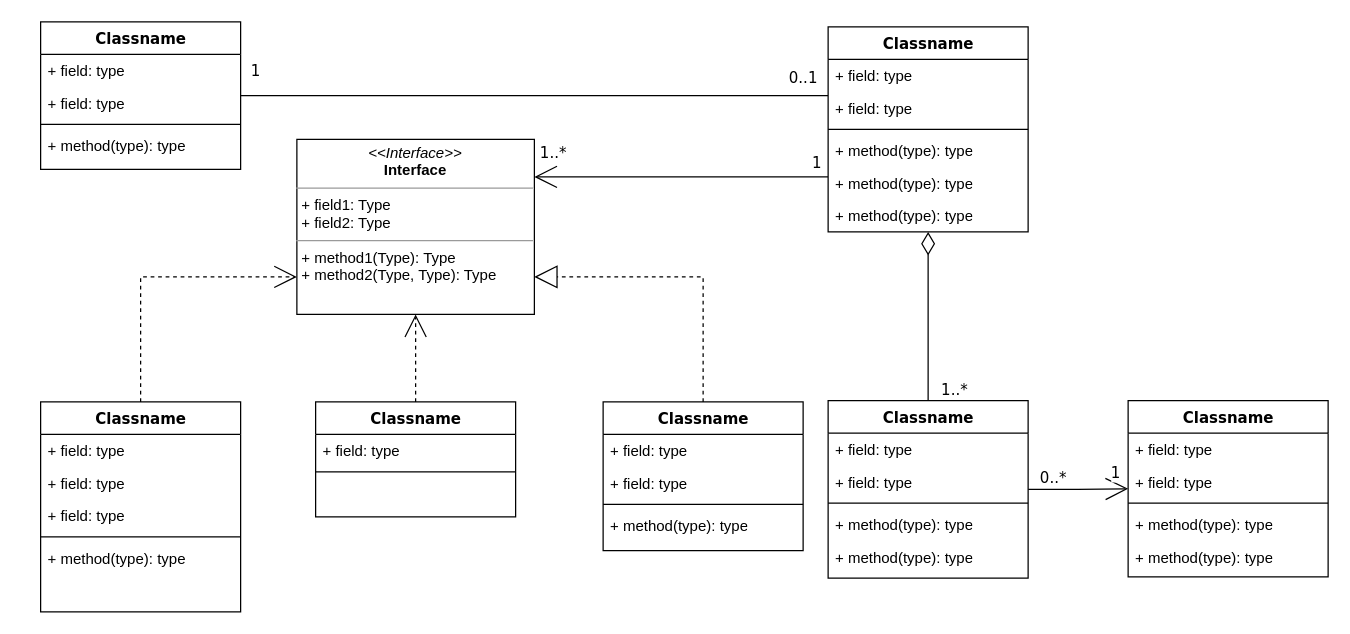
This is Sysgext.drawio from Gil32610/sysgext_domain_model, a draw.io file, before an edit. Source tidied: cells renumbered, new cells numbered last; positions are measured from the earlier drawing's top-left corner, leaving out a move shared by most shapes. Both pictures are drawn from the tidied source at 125%, with x=0, y=0 at pixel (40, 21).
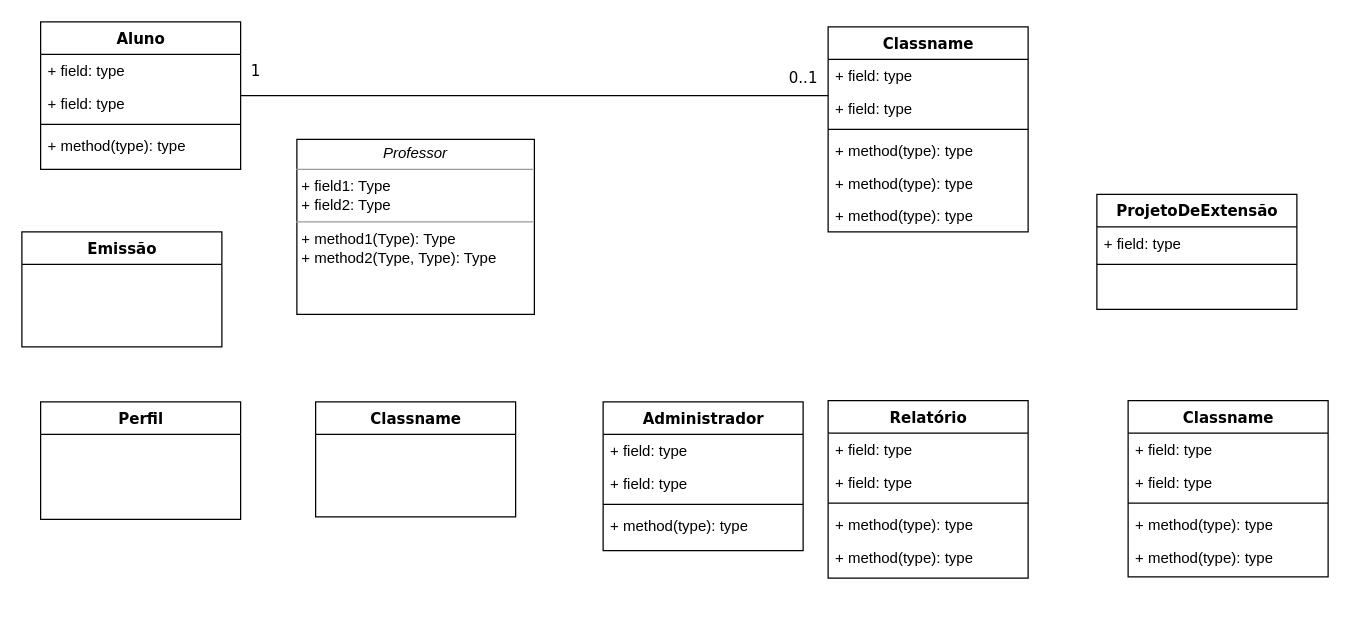
The same page after the edit.

Commit message:
classes conceituais

Unchanged cells that the change refers to:
```xml
<mxCell id="20" value="Classname" style="swimlane;html=1;fontStyle=1;align=center;verticalAlign=top;horizontal=1;startSize=26;swimlaneFillColor=#ffffff;rounded=0;shadow=0;comic=0;labelBackgroundColor=none;strokeWidth=1;fillColor=none;fontFamily=Verdana;fontSize=12;" parent="1" vertex="1">
  <mxGeometry x="630" y="4" width="160" height="164" as="geometry" />
</mxCell>
<mxCell id="28" value="Classname" style="swimlane;html=1;fontStyle=1;align=center;verticalAlign=top;horizontal=1;startSize=26;swimlaneFillColor=#ffffff;rounded=0;shadow=0;comic=0;labelBackgroundColor=none;strokeWidth=1;fillColor=none;fontFamily=Verdana;fontSize=12;" parent="1" vertex="1">
  <mxGeometry x="220" y="304" width="160" height="92" as="geometry" />
</mxCell>
<mxCell id="42" value="Classname" style="swimlane;html=1;fontStyle=1;align=center;verticalAlign=top;horizontal=1;startSize=26;swimlaneFillColor=#ffffff;rounded=0;shadow=0;comic=0;labelBackgroundColor=none;strokeWidth=1;fillColor=none;fontFamily=Verdana;fontSize=12;" parent="1" vertex="1">
  <mxGeometry x="870" y="303" width="160" height="141" as="geometry" />
</mxCell>
```

What changed in the source:
```diff
@@
-    <mxCell id="2" style="edgeStyle=orthogonalEdgeStyle;rounded=0;html=1;dashed=1;labelBackgroundColor=none;startArrow=none;startFill=0;startSize=8;endArrow=open;endFill=0;endSize=16;fontFamily=Verdana;fontSize=12;" parent="1" edge="1" source="3" target="54">
-      <mxGeometry relative="1" as="geometry">
-        <Array as="points">
-          <mxPoint x="80" y="204" />
-        </Array>
-      </mxGeometry>
-    </mxCell>
-    <mxCell id="3" value="Classname" style="swimlane;html=1;fontStyle=1;align=center;verticalAlign=top;horizontal=1;startSize=26;swimlaneFillColor=#ffffff;rounded=0;shadow=0;comic=0;labelBackgroundColor=none;strokeWidth=1;fillColor=none;fontFamily=Verdana;fontSize=12;" parent="1" vertex="1">
-      <mxGeometry y="304" width="160" height="168" as="geometry" />
+    <mxCell id="3" value="Perfil" style="swimlane;html=1;fontStyle=1;align=center;verticalAlign=top;horizontal=1;startSize=26;swimlaneFillColor=#ffffff;rounded=0;shadow=0;comic=0;labelBackgroundColor=none;strokeWidth=1;fillColor=none;fontFamily=Verdana;fontSize=12;" parent="1" vertex="1">
+      <mxGeometry y="304" width="160" height="94" as="geometry" />
     </mxCell>
-    <mxCell id="4" value="+ field: type" style="text;html=1;strokeColor=none;fillColor=none;align=left;verticalAlign=top;spacingLeft=4;spacingRight=4;whiteSpace=wrap;overflow=hidden;" parent="3" vertex="1">
-      <mxGeometry y="26" width="160" height="26" as="geometry" />
-    </mxCell>
-    <mxCell id="5" value="+ field: type" style="text;html=1;strokeColor=none;fillColor=none;align=left;verticalAlign=top;spacingLeft=4;spacingRight=4;whiteSpace=wrap;overflow=hidden;" parent="3" vertex="1">
-      <mxGeometry y="52" width="160" height="26" as="geometry" />
-    </mxCell>
-    <mxCell id="6" value="+ field: type" style="text;html=1;strokeColor=none;fillColor=none;align=left;verticalAlign=top;spacingLeft=4;spacingRight=4;whiteSpace=wrap;overflow=hidden;" parent="3" vertex="1">
-      <mxGeometry y="78" width="160" height="26" as="geometry" />
-    </mxCell>
-    <mxCell id="7" style="line;html=1;strokeWidth=1;fillColor=none;align=left;verticalAlign=middle;spacingTop=-1;spacingLeft=3;spacingRight=3;labelPosition=right;" parent="3" vertex="1">
-      <mxGeometry y="104" width="160" height="8" as="geometry" />
-    </mxCell>
-    <mxCell id="8" value="+ method(type): type" style="text;html=1;strokeColor=none;fillColor=none;align=left;verticalAlign=top;spacingLeft=4;spacingRight=4;whiteSpace=wrap;overflow=hidden;" parent="3" vertex="1">
-      <mxGeometry y="112" width="160" height="26" as="geometry" />
-    </mxCell>
-    <mxCell id="9" value="Classname" style="swimlane;html=1;fontStyle=1;align=center;verticalAlign=top;horizontal=1;startSize=26;swimlaneFillColor=#ffffff;rounded=0;shadow=0;comic=0;labelBackgroundColor=none;strokeWidth=1;fillColor=none;fontFamily=Verdana;fontSize=12;" parent="1" vertex="1">
+    <mxCell id="9" value="Aluno" style="swimlane;html=1;fontStyle=1;align=center;verticalAlign=top;horizontal=1;startSize=26;swimlaneFillColor=#ffffff;rounded=0;shadow=0;comic=0;labelBackgroundColor=none;strokeWidth=1;fillColor=none;fontFamily=Verdana;fontSize=12;" parent="1" vertex="1">
       <mxGeometry width="160" height="118" as="geometry" />
     </mxCell>
@@
-    <mxCell id="14" style="edgeStyle=orthogonalEdgeStyle;rounded=0;html=1;labelBackgroundColor=none;startArrow=none;startFill=0;startSize=8;endArrow=open;endFill=0;endSize=16;fontFamily=Verdana;fontSize=12;" parent="1" edge="1" source="20" target="54">
-      <mxGeometry relative="1" as="geometry">
-        <Array as="points">
-          <mxPoint x="470" y="124" />
-          <mxPoint x="470" y="124" />
-        </Array>
-      </mxGeometry>
-    </mxCell>
-    <mxCell id="15" value="1..*" style="text;html=1;align=center;verticalAlign=middle;labelBackgroundColor=#ffffff;fontSize=12;fontFamily=Verdana;" parent="14" vertex="1">
-      <mxGeometry x="0.86" y="2" relative="1" as="geometry">
-        <mxPoint x="-2" y="-22" as="offset" />
-      </mxGeometry>
-    </mxCell>
-    <mxCell id="16" value="1" style="text;html=1;align=center;verticalAlign=middle;labelBackgroundColor=#ffffff;fontSize=12;fontFamily=Verdana;" parent="14" vertex="1">
-      <mxGeometry x="0.36" y="152" relative="1" as="geometry">
-        <mxPoint x="150" y="-164" as="offset" />
-      </mxGeometry>
-    </mxCell>
@@
-    <mxCell id="27" style="edgeStyle=orthogonalEdgeStyle;rounded=0;html=1;dashed=1;labelBackgroundColor=none;startArrow=none;startFill=0;startSize=8;endArrow=open;endFill=0;endSize=16;fontFamily=Verdana;fontSize=12;" parent="1" edge="1" source="28" target="54">
-      <mxGeometry relative="1" as="geometry" />
-    </mxCell>
@@
-    <mxCell id="29" value="+ field: type" style="text;html=1;strokeColor=none;fillColor=none;align=left;verticalAlign=top;spacingLeft=4;spacingRight=4;whiteSpace=wrap;overflow=hidden;" parent="28" vertex="1">
-      <mxGeometry y="26" width="160" height="26" as="geometry" />
-    </mxCell>
-    <mxCell id="30" style="line;html=1;strokeWidth=1;fillColor=none;align=left;verticalAlign=middle;spacingTop=-1;spacingLeft=3;spacingRight=3;labelPosition=right;" parent="28" vertex="1">
-      <mxGeometry y="52" width="160" height="8" as="geometry" />
-    </mxCell>
-    <mxCell id="31" style="edgeStyle=orthogonalEdgeStyle;rounded=0;html=1;labelBackgroundColor=none;startArrow=none;startFill=0;startSize=8;endArrow=diamondThin;endFill=0;endSize=16;fontFamily=Verdana;fontSize=12;" parent="1" edge="1" source="36" target="20">
-      <mxGeometry relative="1" as="geometry" />
-    </mxCell>
-    <mxCell id="32" value="1..*" style="text;html=1;align=center;verticalAlign=middle;labelBackgroundColor=#ffffff;fontSize=12;fontFamily=Verdana;" parent="31" vertex="1">
-      <mxGeometry x="-0.85" y="-1" relative="1" as="geometry">
-        <mxPoint x="19" y="1" as="offset" />
-      </mxGeometry>
-    </mxCell>
-    <mxCell id="33" style="edgeStyle=orthogonalEdgeStyle;rounded=0;html=1;labelBackgroundColor=none;startArrow=none;startFill=0;startSize=8;endArrow=open;endFill=0;endSize=16;fontFamily=Verdana;fontSize=12;" parent="1" edge="1" source="36" target="42">
-      <mxGeometry relative="1" as="geometry" />
-    </mxCell>
-    <mxCell id="34" value="0..*" style="text;html=1;align=center;verticalAlign=middle;labelBackgroundColor=#ffffff;fontSize=12;fontFamily=Verdana;" parent="33" vertex="1">
-      <mxGeometry x="-0.79" relative="1" as="geometry">
-        <mxPoint x="11" y="-10" as="offset" />
-      </mxGeometry>
-    </mxCell>
-    <mxCell id="35" value="1" style="text;html=1;align=center;verticalAlign=middle;labelBackgroundColor=#ffffff;fontSize=12;fontFamily=Verdana;" parent="33" vertex="1">
-      <mxGeometry x="0.7" y="1" relative="1" as="geometry">
-        <mxPoint x="2" y="-12" as="offset" />
-      </mxGeometry>
-    </mxCell>
-    <mxCell id="36" value="Classname" style="swimlane;html=1;fontStyle=1;align=center;verticalAlign=top;horizontal=1;startSize=26;swimlaneFillColor=#ffffff;rounded=0;shadow=0;comic=0;labelBackgroundColor=none;strokeWidth=1;fillColor=none;fontFamily=Verdana;fontSize=12;" parent="1" vertex="1">
+    <mxCell id="36" value="Relatório" style="swimlane;html=1;fontStyle=1;align=center;verticalAlign=top;horizontal=1;startSize=26;swimlaneFillColor=#ffffff;rounded=0;shadow=0;comic=0;labelBackgroundColor=none;strokeWidth=1;fillColor=none;fontFamily=Verdana;fontSize=12;" parent="1" vertex="1">
       <mxGeometry x="630" y="303" width="160" height="142" as="geometry" />
     </mxCell>
@@
-    <mxCell id="48" style="edgeStyle=orthogonalEdgeStyle;rounded=0;html=1;dashed=1;labelBackgroundColor=none;startArrow=none;startFill=0;startSize=8;endArrow=block;endFill=0;endSize=16;fontFamily=Verdana;fontSize=12;" parent="1" edge="1" source="49" target="54">
-      <mxGeometry relative="1" as="geometry">
-        <Array as="points">
-          <mxPoint x="530" y="204" />
-        </Array>
-      </mxGeometry>
-    </mxCell>
-    <mxCell id="49" value="Classname" style="swimlane;html=1;fontStyle=1;align=center;verticalAlign=top;horizontal=1;startSize=26;swimlaneFillColor=#ffffff;rounded=0;shadow=0;comic=0;labelBackgroundColor=none;strokeWidth=1;fillColor=none;fontFamily=Verdana;fontSize=12;" parent="1" vertex="1">
+    <mxCell id="49" value="Administrador" style="swimlane;html=1;fontStyle=1;align=center;verticalAlign=top;horizontal=1;startSize=26;swimlaneFillColor=#ffffff;rounded=0;shadow=0;comic=0;labelBackgroundColor=none;strokeWidth=1;fillColor=none;fontFamily=Verdana;fontSize=12;" parent="1" vertex="1">
       <mxGeometry x="450" y="304" width="160" height="119" as="geometry" />
     </mxCell>
@@
-    <mxCell id="54" value="&lt;p style=&quot;margin:0px;margin-top:4px;text-align:center;&quot;&gt;&lt;i&gt;&amp;lt;&amp;lt;Interface&amp;gt;&amp;gt;&lt;/i&gt;&lt;br/&gt;&lt;b&gt;Interface&lt;/b&gt;&lt;/p&gt;&lt;hr size=&quot;1&quot;/&gt;&lt;p style=&quot;margin:0px;margin-left:4px;&quot;&gt;+ field1: Type&lt;br/&gt;+ field2: Type&lt;/p&gt;&lt;hr size=&quot;1&quot;/&gt;&lt;p style=&quot;margin:0px;margin-left:4px;&quot;&gt;+ method1(Type): Type&lt;br/&gt;+ method2(Type, Type): Type&lt;/p&gt;" style="verticalAlign=top;align=left;overflow=fill;fontSize=12;fontFamily=Helvetica;html=1;rounded=0;shadow=0;comic=0;labelBackgroundColor=none;strokeWidth=1;" parent="1" vertex="1">
+    <mxCell id="54" value="&lt;p style=&quot;margin:0px;margin-top:4px;text-align:center;&quot;&gt;&lt;i&gt;Professor&lt;/i&gt;&lt;/p&gt;&lt;hr size=&quot;1&quot;&gt;&lt;p style=&quot;margin:0px;margin-left:4px;&quot;&gt;+ field1: Type&lt;br&gt;+ field2: Type&lt;/p&gt;&lt;hr size=&quot;1&quot;&gt;&lt;p style=&quot;margin:0px;margin-left:4px;&quot;&gt;+ method1(Type): Type&lt;br&gt;+ method2(Type, Type): Type&lt;/p&gt;" style="verticalAlign=top;align=left;overflow=fill;fontSize=12;fontFamily=Helvetica;html=1;rounded=0;shadow=0;comic=0;labelBackgroundColor=none;strokeWidth=1;" parent="1" vertex="1">
       <mxGeometry x="205" y="94" width="190" height="140" as="geometry" />
     </mxCell>
+    <mxCell id="55" value="ProjetoDeExtensão" style="swimlane;html=1;fontStyle=1;align=center;verticalAlign=top;horizontal=1;startSize=26;swimlaneFillColor=#ffffff;rounded=0;shadow=0;comic=0;labelBackgroundColor=none;strokeWidth=1;fillColor=none;fontFamily=Verdana;fontSize=12;" parent="1" vertex="1">
+      <mxGeometry x="845" y="138" width="160" height="92" as="geometry" />
+    </mxCell>
+    <mxCell id="56" value="+ field: type" style="text;html=1;strokeColor=none;fillColor=none;align=left;verticalAlign=top;spacingLeft=4;spacingRight=4;whiteSpace=wrap;overflow=hidden;" parent="55" vertex="1">
+      <mxGeometry y="26" width="160" height="26" as="geometry" />
+    </mxCell>
+    <mxCell id="30" style="line;html=1;strokeWidth=1;fillColor=none;align=left;verticalAlign=middle;spacingTop=-1;spacingLeft=3;spacingRight=3;labelPosition=right;" parent="55" vertex="1">
+      <mxGeometry y="52" width="160" height="8" as="geometry" />
+    </mxCell>
+    <mxCell id="57" value="Emissão" style="swimlane;html=1;fontStyle=1;align=center;verticalAlign=top;horizontal=1;startSize=26;swimlaneFillColor=#ffffff;rounded=0;shadow=0;comic=0;labelBackgroundColor=none;strokeWidth=1;fillColor=none;fontFamily=Verdana;fontSize=12;" parent="1" vertex="1">
+      <mxGeometry x="-15" y="168" width="160" height="92" as="geometry" />
+    </mxCell>
```
